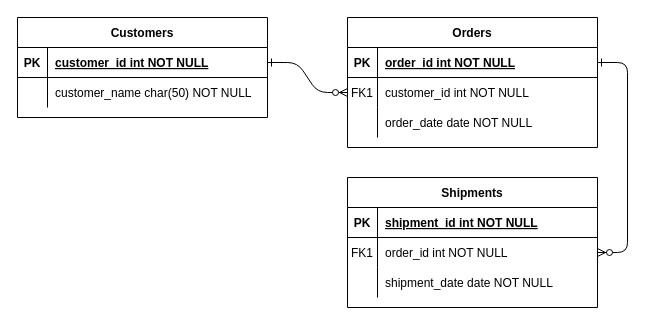
Earlier version of the draw.io diagram diagrams/EntitdadRelacion.drawio (AlejandroHZ-sys/DEMS-InterPolitecnicos). Source tidied: cells renumbered, new cells numbered last; positions are measured from the earlier drawing's top-left corner, leaving out a move shared by most shapes. Both pictures are drawn from the tidied source at 100%, with x=0, y=0 at pixel (17, 17).
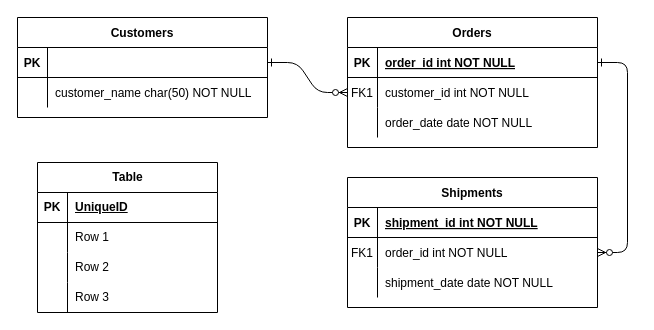
The same page after the edit.

Unchanged cells that the change refers to:
```xml
<mxCell id="25" style="shape=partialRectangle;fillColor=none;points=[[0,0.5],[1,0.5]];portConstraint=eastwest;top=0;left=0;right=0;bottom=1;" parent="24" vertex="1">
  <mxGeometry y="30" width="250" height="30" as="geometry" />
</mxCell>
```

What changed in the source:
```diff
@@
-    <mxCell id="27" value="customer_id int NOT NULL " style="shape=partialRectangle;overflow=hidden;fillColor=none;top=0;left=0;bottom=0;right=0;align=left;spacingLeft=6;fontStyle=5;" parent="25" vertex="1">
+    <mxCell id="27" style="shape=partialRectangle;overflow=hidden;fillColor=none;top=0;left=0;bottom=0;right=0;align=left;spacingLeft=6;fontStyle=5;" parent="25" vertex="1">
       <mxGeometry x="30" width="220" height="30" as="geometry" />
     </mxCell>
@@
+    <mxCell id="31" value="Table" style="shape=table;startSize=30;childLayout=tableLayout;rowLines=0;fontStyle=1;align=center;html=1;" parent="1" vertex="1">
+      <mxGeometry x="20" y="145" width="180" height="150" as="geometry" />
+    </mxCell>
+    <mxCell id="32" style="shape=tableRow;horizontal=0;startSize=0;swimlaneHead=0;swimlaneBody=0;fillColor=none;top=0;left=0;right=0;bottom=1;" parent="31" vertex="1">
+      <mxGeometry y="30" width="180" height="30" as="geometry" />
+    </mxCell>
+    <mxCell id="33" value="PK" style="shape=partialRectangle;fillColor=none;top=0;left=0;bottom=0;right=0;fontStyle=1;overflow=hidden;whiteSpace=wrap;html=1;" parent="32" vertex="1">
+      <mxGeometry width="30" height="30" as="geometry" />
+    </mxCell>
+    <mxCell id="34" value="UniqueID" style="shape=partialRectangle;fillColor=none;top=0;left=0;bottom=0;right=0;align=left;spacingLeft=6;fontStyle=5;overflow=hidden;whiteSpace=wrap;html=1;" parent="32" vertex="1">
+      <mxGeometry x="30" width="150" height="30" as="geometry" />
+    </mxCell>
+    <mxCell id="35" style="shape=tableRow;horizontal=0;startSize=0;swimlaneHead=0;swimlaneBody=0;fillColor=none;top=0;left=0;right=0;bottom=0;" parent="31" vertex="1">
+      <mxGeometry y="60" width="180" height="30" as="geometry" />
+    </mxCell>
+    <mxCell id="36" style="shape=partialRectangle;fillColor=none;top=0;left=0;bottom=0;right=0;overflow=hidden;whiteSpace=wrap;html=1;" parent="35" vertex="1">
+      <mxGeometry width="30" height="30" as="geometry" />
+    </mxCell>
+    <mxCell id="37" value="Row 1" style="shape=partialRectangle;fillColor=none;top=0;left=0;bottom=0;right=0;align=left;spacingLeft=6;overflow=hidden;whiteSpace=wrap;html=1;" parent="35" vertex="1">
+      <mxGeometry x="30" width="150" height="30" as="geometry" />
+    </mxCell>
+    <mxCell id="38" style="shape=tableRow;horizontal=0;startSize=0;swimlaneHead=0;swimlaneBody=0;fillColor=none;top=0;left=0;right=0;bottom=0;" parent="31" vertex="1">
+      <mxGeometry y="90" width="180" height="30" as="geometry" />
+    </mxCell>
+    <mxCell id="39" style="shape=partialRectangle;fillColor=none;top=0;left=0;bottom=0;right=0;overflow=hidden;whiteSpace=wrap;html=1;" parent="38" vertex="1">
+      <mxGeometry width="30" height="30" as="geometry" />
+    </mxCell>
+    <mxCell id="40" value="Row 2" style="shape=partialRectangle;fillColor=none;top=0;left=0;bottom=0;right=0;align=left;spacingLeft=6;overflow=hidden;whiteSpace=wrap;html=1;" parent="38" vertex="1">
+      <mxGeometry x="30" width="150" height="30" as="geometry" />
+    </mxCell>
+    <mxCell id="41" style="shape=tableRow;horizontal=0;startSize=0;swimlaneHead=0;swimlaneBody=0;fillColor=none;top=0;left=0;right=0;bottom=0;" parent="31" vertex="1">
+      <mxGeometry y="120" width="180" height="30" as="geometry" />
+    </mxCell>
+    <mxCell id="42" style="shape=partialRectangle;fillColor=none;top=0;left=0;bottom=0;right=0;overflow=hidden;whiteSpace=wrap;html=1;" parent="41" vertex="1">
+      <mxGeometry width="30" height="30" as="geometry" />
+    </mxCell>
+    <mxCell id="43" value="Row 3" style="shape=partialRectangle;fillColor=none;top=0;left=0;bottom=0;right=0;align=left;spacingLeft=6;overflow=hidden;whiteSpace=wrap;html=1;" parent="41" vertex="1">
+      <mxGeometry x="30" width="150" height="30" as="geometry" />
+    </mxCell>
```
